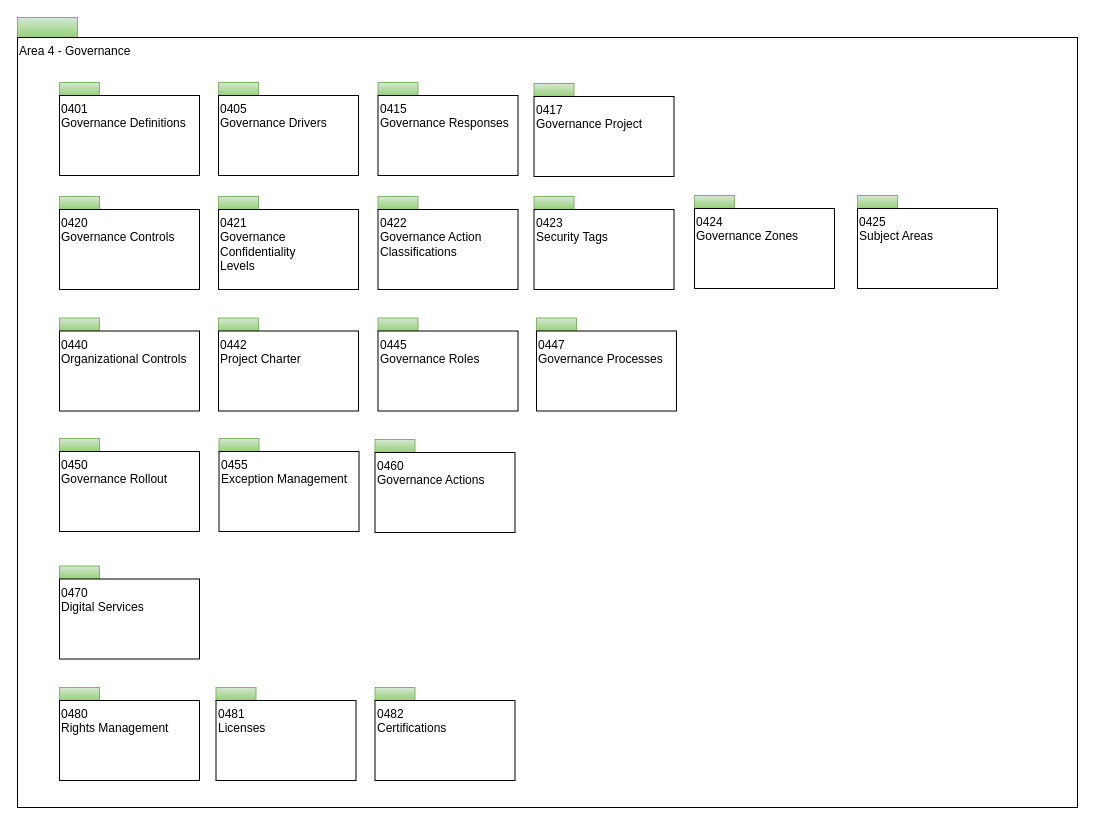
The draw.io diagram page "area-4-governance-overview" (1 of 24) of open-metadata-publication/website/open-metadata-types/area-4-governance.drawio in planetf1/egeria, before the edit. Source tidied: cells renumbered, new cells numbered last; positions are measured from the earlier drawing's top-left corner, leaving out a move shared by most shapes. Both pictures are drawn from the tidied source at 100%, with x=0, y=0 at pixel (17, 17).
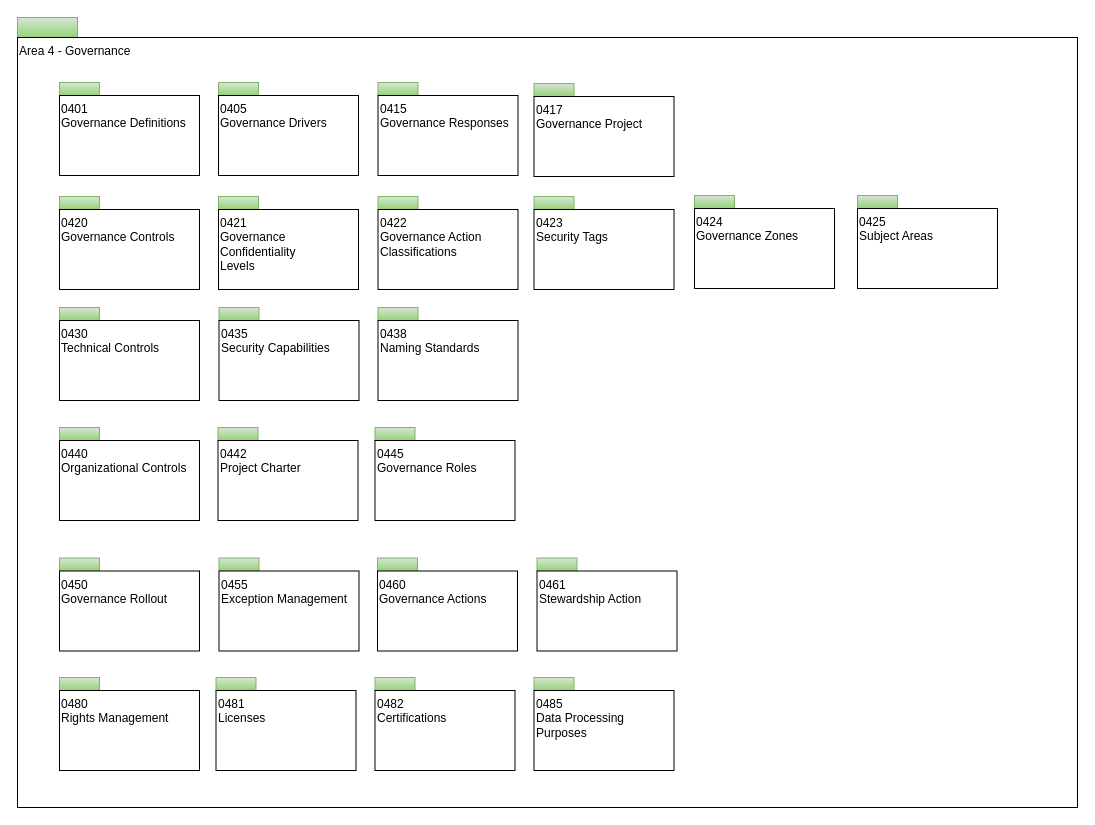
The same page after the edit.

What changed in the source:
```diff
@@
     <mxCell id="18" style="rounded=0;whiteSpace=wrap;html=1;align=left;fillColor=#d5e8d4;strokeColor=#82b366;gradientColor=#97d077;" parent="1" vertex="1">
-      <mxGeometry x="201" y="300.5" width="40" height="13" as="geometry" />
+      <mxGeometry x="200.5" y="410" width="40" height="13" as="geometry" />
     </mxCell>
     <mxCell id="19" value="0442&lt;br&gt;Project Charter&lt;br&gt;" style="rounded=0;whiteSpace=wrap;html=1;align=left;verticalAlign=top;" parent="1" vertex="1">
-      <mxGeometry x="201" y="313.5" width="140" height="80" as="geometry" />
+      <mxGeometry x="200.5" y="423" width="140" height="80" as="geometry" />
     </mxCell>
     <mxCell id="20" style="rounded=0;whiteSpace=wrap;html=1;align=left;fillColor=#d5e8d4;strokeColor=#82b366;gradientColor=#97d077;" parent="1" vertex="1">
-      <mxGeometry x="42" y="421" width="40" height="13" as="geometry" />
+      <mxGeometry x="42" y="540.5" width="40" height="13" as="geometry" />
     </mxCell>
     <mxCell id="21" value="0450&lt;br&gt;Governance Rollout&lt;br&gt;" style="rounded=0;whiteSpace=wrap;html=1;align=left;verticalAlign=top;" parent="1" vertex="1">
-      <mxGeometry x="42" y="434" width="140" height="80" as="geometry" />
+      <mxGeometry x="42" y="553.5" width="140" height="80" as="geometry" />
     </mxCell>
     <mxCell id="22" style="rounded=0;whiteSpace=wrap;html=1;align=left;fillColor=#d5e8d4;strokeColor=#82b366;gradientColor=#97d077;" parent="1" vertex="1">
-      <mxGeometry x="201.5" y="421" width="40" height="13" as="geometry" />
+      <mxGeometry x="201.5" y="540.5" width="40" height="13" as="geometry" />
     </mxCell>
     <mxCell id="23" value="0455&lt;br&gt;Exception Management&lt;br&gt;" style="rounded=0;whiteSpace=wrap;html=1;align=left;verticalAlign=top;" parent="1" vertex="1">
-      <mxGeometry x="201.5" y="434" width="140" height="80" as="geometry" />
+      <mxGeometry x="201.5" y="553.5" width="140" height="80" as="geometry" />
     </mxCell>
     <mxCell id="24" style="rounded=0;whiteSpace=wrap;html=1;align=left;fillColor=#d5e8d4;strokeColor=#82b366;gradientColor=#97d077;" parent="1" vertex="1">
-      <mxGeometry x="357.5" y="422" width="40" height="13" as="geometry" />
+      <mxGeometry x="360" y="540.5" width="40" height="13" as="geometry" />
     </mxCell>
     <mxCell id="25" value="0460&lt;br&gt;Governance Actions&lt;br&gt;" style="rounded=0;whiteSpace=wrap;html=1;align=left;verticalAlign=top;" parent="1" vertex="1">
-      <mxGeometry x="357.5" y="435" width="140" height="80" as="geometry" />
+      <mxGeometry x="360" y="553.5" width="140" height="80" as="geometry" />
     </mxCell>
     <mxCell id="26" style="rounded=0;whiteSpace=wrap;html=1;align=left;fillColor=#d5e8d4;strokeColor=#82b366;gradientColor=#97d077;" parent="1" vertex="1">
-      <mxGeometry x="360.5" y="300.5" width="40" height="13" as="geometry" />
+      <mxGeometry x="357.5" y="410" width="40" height="13" as="geometry" />
     </mxCell>
     <mxCell id="27" value="0445&lt;br&gt;Governance Roles&lt;br&gt;" style="rounded=0;whiteSpace=wrap;html=1;align=left;verticalAlign=top;" parent="1" vertex="1">
-      <mxGeometry x="360.5" y="313.5" width="140" height="80" as="geometry" />
+      <mxGeometry x="357.5" y="423" width="140" height="80" as="geometry" />
     </mxCell>
-    <mxCell id="28" style="rounded=0;whiteSpace=wrap;html=1;align=left;fillColor=#d5e8d4;strokeColor=#82b366;gradientColor=#97d077;" parent="1" vertex="1">
-      <mxGeometry x="42" y="548.5" width="40" height="13" as="geometry" />
-    </mxCell>
-    <mxCell id="29" value="0470&lt;br&gt;Digital Services&lt;br&gt;" style="rounded=0;whiteSpace=wrap;html=1;align=left;verticalAlign=top;" parent="1" vertex="1">
-      <mxGeometry x="42" y="561.5" width="140" height="80" as="geometry" />
-    </mxCell>
     <mxCell id="30" style="rounded=0;whiteSpace=wrap;html=1;align=left;fillColor=#d5e8d4;strokeColor=#82b366;gradientColor=#97d077;" parent="1" vertex="1">
-      <mxGeometry x="42" y="670" width="40" height="13" as="geometry" />
+      <mxGeometry x="42" y="660" width="40" height="13" as="geometry" />
     </mxCell>
     <mxCell id="31" value="0480&lt;br&gt;Rights Management&lt;br&gt;" style="rounded=0;whiteSpace=wrap;html=1;align=left;verticalAlign=top;" parent="1" vertex="1">
-      <mxGeometry x="42" y="683" width="140" height="80" as="geometry" />
+      <mxGeometry x="42" y="673" width="140" height="80" as="geometry" />
     </mxCell>
     <mxCell id="32" style="rounded=0;whiteSpace=wrap;html=1;align=left;fillColor=#d5e8d4;strokeColor=#82b366;gradientColor=#97d077;" parent="1" vertex="1">
-      <mxGeometry x="198.5" y="670" width="40" height="13" as="geometry" />
+      <mxGeometry x="198.5" y="660" width="40" height="13" as="geometry" />
     </mxCell>
     <mxCell id="33" value="0481&lt;br&gt;Licenses&lt;br&gt;" style="rounded=0;whiteSpace=wrap;html=1;align=left;verticalAlign=top;" parent="1" vertex="1">
-      <mxGeometry x="198.5" y="683" width="140" height="80" as="geometry" />
+      <mxGeometry x="198.5" y="673" width="140" height="80" as="geometry" />
     </mxCell>
-    <mxCell id="34" style="rounded=0;whiteSpace=wrap;html=1;align=left;fillColor=#d5e8d4;strokeColor=#82b366;gradientColor=#97d077;" parent="1" vertex="1">
-      <mxGeometry x="519" y="300.5" width="40" height="13" as="geometry" />
-    </mxCell>
-    <mxCell id="35" value="0447&lt;br&gt;Governance Processes&lt;br&gt;" style="rounded=0;whiteSpace=wrap;html=1;align=left;verticalAlign=top;" parent="1" vertex="1">
-      <mxGeometry x="519" y="313.5" width="140" height="80" as="geometry" />
-    </mxCell>
     <mxCell id="36" style="rounded=0;whiteSpace=wrap;html=1;align=left;fillColor=#d5e8d4;strokeColor=#82b366;gradientColor=#97d077;" parent="1" vertex="1">
-      <mxGeometry x="42" y="300.5" width="40" height="13" as="geometry" />
+      <mxGeometry x="42" y="410" width="40" height="13" as="geometry" />
     </mxCell>
     <mxCell id="37" value="0440&lt;br&gt;Organizational Controls&lt;br&gt;" style="rounded=0;whiteSpace=wrap;html=1;align=left;verticalAlign=top;" parent="1" vertex="1">
-      <mxGeometry x="42" y="313.5" width="140" height="80" as="geometry" />
+      <mxGeometry x="42" y="423" width="140" height="80" as="geometry" />
     </mxCell>
     <mxCell id="38" style="rounded=0;whiteSpace=wrap;html=1;align=left;fillColor=#d5e8d4;strokeColor=#82b366;gradientColor=#97d077;" parent="1" vertex="1">
-      <mxGeometry x="357.5" y="670" width="40" height="13" as="geometry" />
+      <mxGeometry x="357.5" y="660" width="40" height="13" as="geometry" />
     </mxCell>
     <mxCell id="39" value="0482&lt;br&gt;Certifications&lt;br&gt;" style="rounded=0;whiteSpace=wrap;html=1;align=left;verticalAlign=top;" parent="1" vertex="1">
-      <mxGeometry x="357.5" y="683" width="140" height="80" as="geometry" />
+      <mxGeometry x="357.5" y="673" width="140" height="80" as="geometry" />
     </mxCell>
@@
+    <mxCell id="46" style="rounded=0;whiteSpace=wrap;html=1;align=left;fillColor=#d5e8d4;strokeColor=#82b366;gradientColor=#97d077;" parent="1" vertex="1">
+      <mxGeometry x="519.5" y="540.5" width="40" height="13" as="geometry" />
+    </mxCell>
+    <mxCell id="47" value="0461&lt;br&gt;Stewardship Action" style="rounded=0;whiteSpace=wrap;html=1;align=left;verticalAlign=top;" parent="1" vertex="1">
+      <mxGeometry x="519.5" y="553.5" width="140" height="80" as="geometry" />
+    </mxCell>
+    <mxCell id="48" style="rounded=0;whiteSpace=wrap;html=1;align=left;fillColor=#d5e8d4;strokeColor=#82b366;gradientColor=#97d077;" parent="1" vertex="1">
+      <mxGeometry x="516.5" y="660" width="40" height="13" as="geometry" />
+    </mxCell>
+    <mxCell id="49" value="0485&lt;br&gt;Data Processing&lt;br&gt;Purposes" style="rounded=0;whiteSpace=wrap;html=1;align=left;verticalAlign=top;" parent="1" vertex="1">
+      <mxGeometry x="516.5" y="673" width="140" height="80" as="geometry" />
+    </mxCell>
+    <mxCell id="50" style="edgeStyle=none;rounded=0;jettySize=auto;html=1;endArrow=none;endFill=0;" parent="1" edge="1" source="51" target="52">
+      <mxGeometry relative="1" as="geometry" />
+    </mxCell>
+    <mxCell id="51" style="rounded=0;whiteSpace=wrap;html=1;align=left;fillColor=#d5e8d4;strokeColor=#82b366;gradientColor=#97d077;" parent="1" vertex="1">
+      <mxGeometry x="201.5" y="290" width="40" height="13" as="geometry" />
+    </mxCell>
+    <mxCell id="52" value="0435&lt;br&gt;Security Capabilities" style="rounded=0;whiteSpace=wrap;html=1;align=left;verticalAlign=top;" parent="1" vertex="1">
+      <mxGeometry x="201.5" y="303" width="140" height="80" as="geometry" />
+    </mxCell>
+    <mxCell id="53" style="rounded=0;whiteSpace=wrap;html=1;align=left;fillColor=#d5e8d4;strokeColor=#82b366;gradientColor=#97d077;" parent="1" vertex="1">
+      <mxGeometry x="42" y="290" width="40" height="13" as="geometry" />
+    </mxCell>
+    <mxCell id="54" value="0430&lt;br&gt;Technical Controls" style="rounded=0;whiteSpace=wrap;html=1;align=left;verticalAlign=top;" parent="1" vertex="1">
+      <mxGeometry x="42" y="303" width="140" height="80" as="geometry" />
+    </mxCell>
+    <mxCell id="55" style="rounded=0;whiteSpace=wrap;html=1;align=left;fillColor=#d5e8d4;strokeColor=#82b366;gradientColor=#97d077;" parent="1" vertex="1">
+      <mxGeometry x="360.5" y="290" width="40" height="13" as="geometry" />
+    </mxCell>
+    <mxCell id="56" value="0438&lt;br&gt;Naming Standards" style="rounded=0;whiteSpace=wrap;html=1;align=left;verticalAlign=top;" parent="1" vertex="1">
+      <mxGeometry x="360.5" y="303" width="140" height="80" as="geometry" />
+    </mxCell>
```
